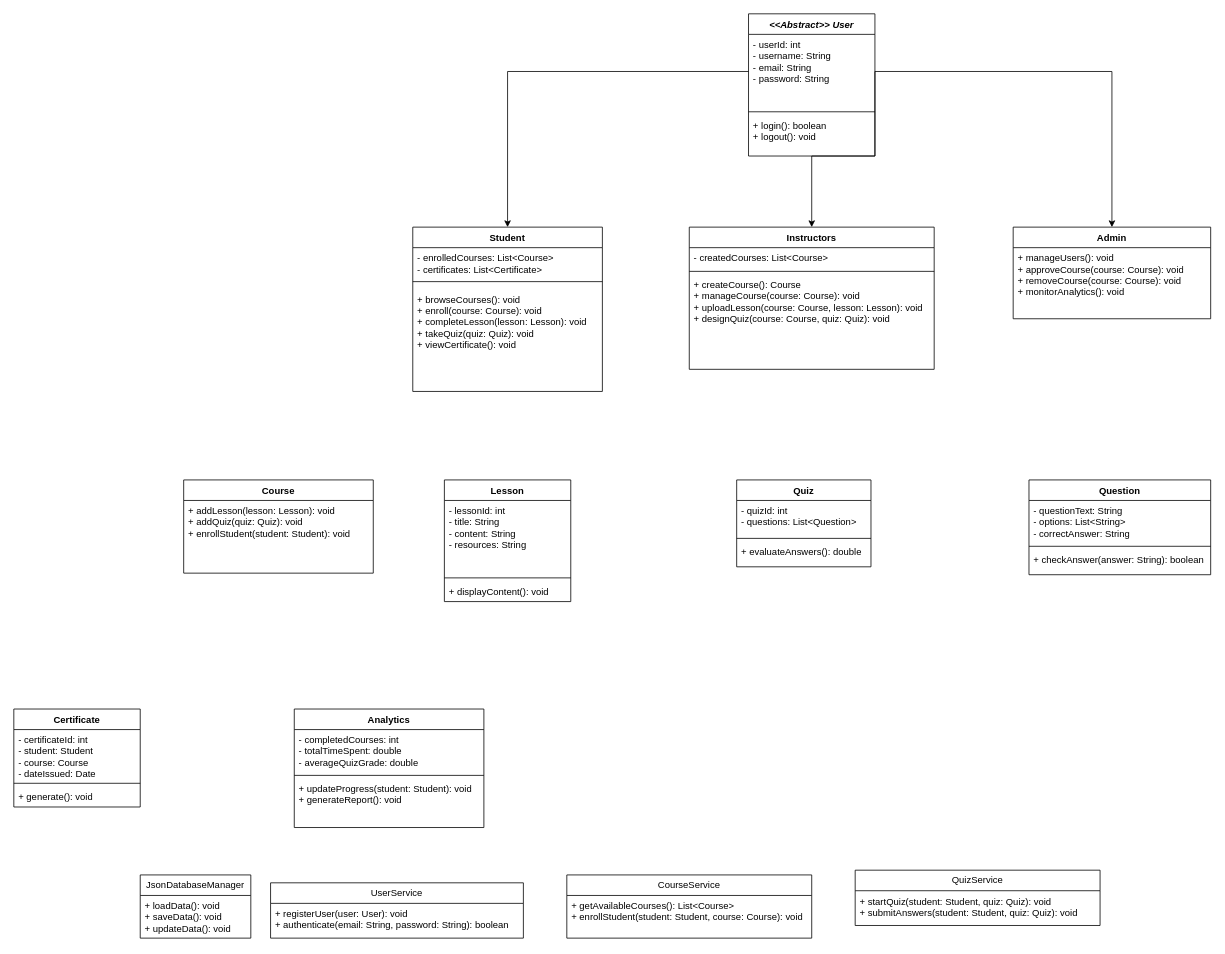
Earlier version of the draw.io diagram Class.drawio (HazemMagdyIsmail/Lab6). Source tidied: cells renumbered, new cells numbered last; positions are measured from the earlier drawing's top-left corner, leaving out a move shared by most shapes. Both pictures are drawn from the tidied source at 79%, with x=0, y=0 at pixel (13, 13).
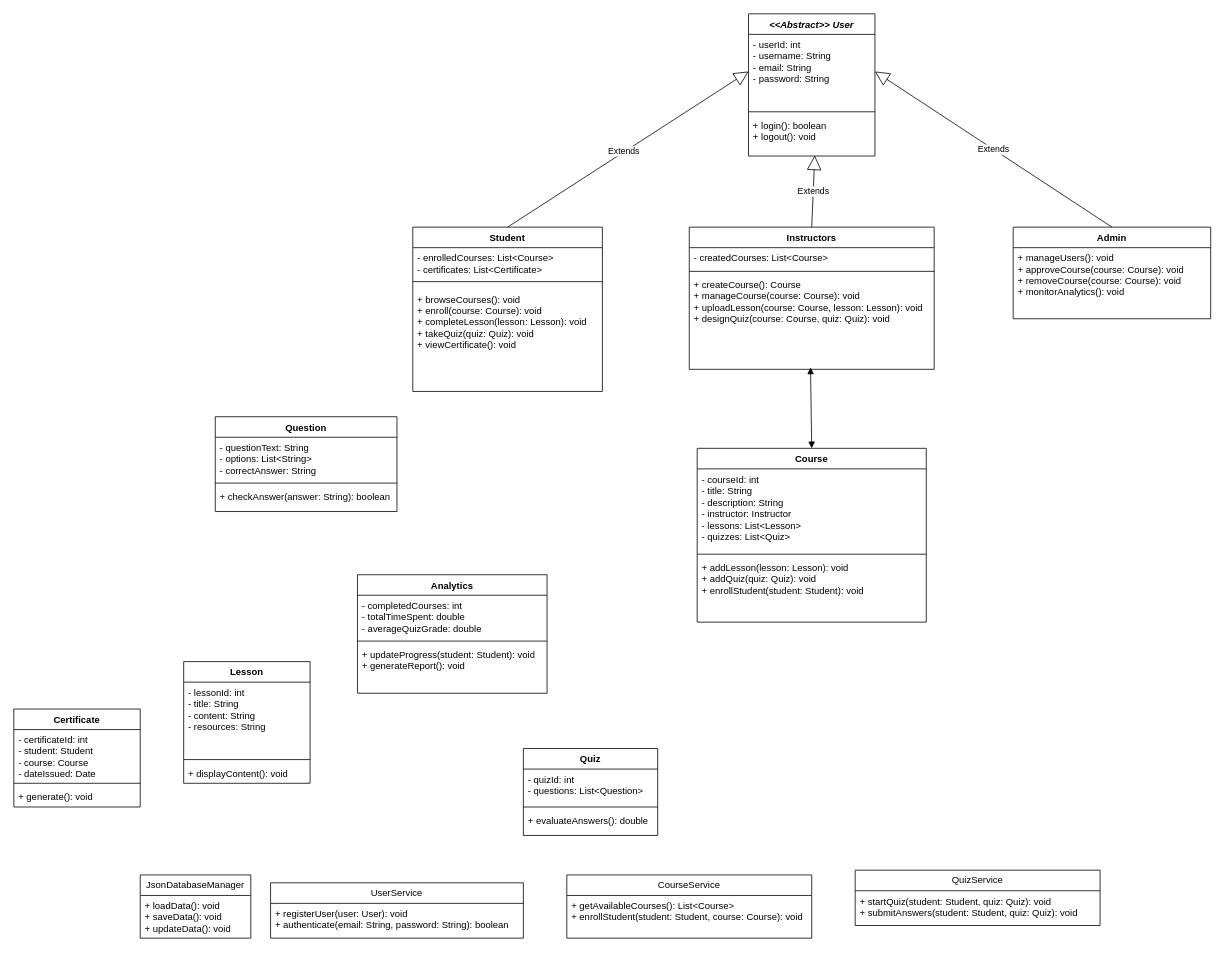
The same diagram, later.

Unchanged cells that the change refers to:
```xml
<mxCell id="3" value="&lt;div&gt;- userId: int&lt;/div&gt;&lt;div&gt;- username: String&lt;/div&gt;&lt;div&gt;- email: String&lt;/div&gt;&lt;div&gt;- password: String&lt;/div&gt;" style="text;strokeColor=none;fillColor=none;align=left;verticalAlign=top;spacingLeft=4;spacingRight=4;overflow=hidden;points=[[0,0.5],[1,0.5]];portConstraint=eastwest;whiteSpace=wrap;html=1;" parent="2" vertex="1">
  <mxGeometry y="26" width="160" height="94" as="geometry" />
</mxCell>
<mxCell id="5" value="&lt;div&gt;+ login(): boolean&lt;/div&gt;&lt;div&gt;+ logout(): void&lt;/div&gt;" style="text;strokeColor=none;fillColor=none;align=left;verticalAlign=top;spacingLeft=4;spacingRight=4;overflow=hidden;points=[[0,0.5],[1,0.5]];portConstraint=eastwest;whiteSpace=wrap;html=1;" parent="2" vertex="1">
  <mxGeometry y="128" width="160" height="52" as="geometry" />
</mxCell>
<mxCell id="6" value="Student" style="swimlane;fontStyle=1;align=center;verticalAlign=top;horizontal=1;startSize=26;whiteSpace=wrap;html=1;" parent="1" vertex="1">
  <mxGeometry x="505" y="270" width="240" height="208" as="geometry" />
</mxCell>
<mxCell id="10" value="Instructors" style="swimlane;fontStyle=1;align=center;verticalAlign=top;horizontal=1;startSize=26;whiteSpace=wrap;html=1;" parent="1" vertex="1">
  <mxGeometry x="855" y="270" width="310" height="180" as="geometry" />
</mxCell>
<mxCell id="13" value="&lt;div&gt;+ createCourse(): Course&lt;/div&gt;&lt;div&gt;+ manageCourse(course: Course): void&lt;/div&gt;&lt;div&gt;+ uploadLesson(course: Course, lesson: Lesson): void&lt;/div&gt;&lt;div&gt;+ designQuiz(course: Course, quiz: Quiz): void&lt;/div&gt;" style="text;strokeColor=none;fillColor=none;align=left;verticalAlign=top;spacingLeft=4;spacingRight=4;overflow=hidden;points=[[0,0.5],[1,0.5]];portConstraint=eastwest;whiteSpace=wrap;html=1;" parent="10" vertex="1">
  <mxGeometry y="60" width="310" height="120" as="geometry" />
</mxCell>
<mxCell id="14" value="Admin" style="swimlane;fontStyle=1;align=center;verticalAlign=top;horizontal=1;startSize=26;whiteSpace=wrap;html=1;" parent="1" vertex="1">
  <mxGeometry x="1265" y="270" width="250" height="116" as="geometry" />
</mxCell>
```

What changed in the source:
```diff
@@
-    <mxCell id="16" style="edgeStyle=orthogonalEdgeStyle;rounded=0;jettySize=auto;html=1;exitX=1;exitY=0.5;exitDx=0;exitDy=0;entryX=0.5;entryY=0;entryDx=0;entryDy=0;" parent="1" edge="1" source="3" target="14">
-      <mxGeometry relative="1" as="geometry" />
-    </mxCell>
-    <mxCell id="17" style="edgeStyle=orthogonalEdgeStyle;rounded=0;jettySize=auto;html=1;exitX=0;exitY=0.5;exitDx=0;exitDy=0;entryX=0.5;entryY=0;entryDx=0;entryDy=0;" parent="1" edge="1" source="3" target="6">
-      <mxGeometry relative="1" as="geometry" />
-    </mxCell>
-    <mxCell id="18" value="Course" style="swimlane;fontStyle=1;align=center;verticalAlign=top;horizontal=1;startSize=26;whiteSpace=wrap;html=1;" parent="1" vertex="1">
-      <mxGeometry x="215" y="590" width="240" height="118" as="geometry" />
-    </mxCell>
-    <mxCell id="19" value="&lt;div&gt;+ addLesson(lesson: Lesson): void&lt;/div&gt;&lt;div&gt;+ addQuiz(quiz: Quiz): void&lt;/div&gt;&lt;div&gt;+ enrollStudent(student: Student): void&lt;/div&gt;" style="text;strokeColor=none;fillColor=none;align=left;verticalAlign=top;spacingLeft=4;spacingRight=4;overflow=hidden;whiteSpace=wrap;html=1;" parent="18" vertex="1">
-      <mxGeometry y="26" width="240" height="92" as="geometry" />
-    </mxCell>
     <mxCell id="20" value="Lesson" style="swimlane;fontStyle=1;align=center;verticalAlign=top;horizontal=1;startSize=26;whiteSpace=wrap;html=1;" parent="1" vertex="1">
-      <mxGeometry x="545" y="590" width="160" height="154" as="geometry" />
+      <mxGeometry x="215" y="820" width="160" height="154" as="geometry" />
     </mxCell>
@@
     <mxCell id="24" value="Quiz" style="swimlane;fontStyle=1;align=center;verticalAlign=top;horizontal=1;startSize=26;whiteSpace=wrap;html=1;" parent="1" vertex="1">
-      <mxGeometry x="915" y="590" width="170" height="110" as="geometry" />
+      <mxGeometry x="645" y="930" width="170" height="110" as="geometry" />
     </mxCell>
@@
     <mxCell id="28" value="Question" style="swimlane;fontStyle=1;align=center;verticalAlign=top;horizontal=1;startSize=26;whiteSpace=wrap;html=1;" parent="1" vertex="1">
-      <mxGeometry x="1285" y="590" width="230" height="120" as="geometry" />
+      <mxGeometry x="255" y="510" width="230" height="120" as="geometry" />
     </mxCell>
@@
     <mxCell id="36" value="Analytics" style="swimlane;fontStyle=1;align=center;verticalAlign=top;horizontal=1;startSize=26;whiteSpace=wrap;html=1;" parent="1" vertex="1">
-      <mxGeometry x="355" y="880" width="240" height="150" as="geometry" />
+      <mxGeometry x="435" y="710" width="240" height="150" as="geometry" />
     </mxCell>
@@
-    <mxCell id="48" style="edgeStyle=orthogonalEdgeStyle;rounded=0;jettySize=auto;html=1;exitX=1;exitY=0.5;exitDx=0;exitDy=0;entryX=0.5;entryY=0;entryDx=0;entryDy=0;" parent="1" edge="1" source="3" target="10">
-      <mxGeometry relative="1" as="geometry">
-        <Array as="points">
-          <mxPoint x="1090" y="180" />
-          <mxPoint x="1010" y="180" />
-        </Array>
-      </mxGeometry>
-    </mxCell>
+    <mxCell id="49" value="Extends" style="endArrow=block;endSize=16;endFill=0;html=1;rounded=0;exitX=0.5;exitY=0;exitDx=0;exitDy=0;entryX=0;entryY=0.5;entryDx=0;entryDy=0;" parent="1" edge="1" source="6" target="3">
+      <mxGeometry x="-0.03" y="1" relative="1" as="geometry" />
+    </mxCell>
+    <mxCell id="50" value="Extends" style="endArrow=block;endSize=16;endFill=0;html=1;rounded=0;exitX=0.5;exitY=0;exitDx=0;exitDy=0;entryX=0.524;entryY=0.985;entryDx=0;entryDy=0;entryPerimeter=0;" parent="1" edge="1" source="10" target="5">
+      <mxGeometry relative="1" as="geometry" />
+    </mxCell>
+    <mxCell id="51" value="Extends" style="endArrow=block;endSize=16;endFill=0;html=1;rounded=0;exitX=0.5;exitY=0;exitDx=0;exitDy=0;entryX=1;entryY=0.5;entryDx=0;entryDy=0;" parent="1" edge="1" source="14" target="3">
+      <mxGeometry relative="1" as="geometry" />
+    </mxCell>
+    <mxCell id="18" value="Course" style="swimlane;fontStyle=1;align=center;verticalAlign=top;horizontal=1;startSize=26;whiteSpace=wrap;html=1;" parent="1" vertex="1">
+      <mxGeometry x="865" y="550" width="290" height="220" as="geometry" />
+    </mxCell>
+    <mxCell id="52" value="&lt;div&gt;- courseId: int&lt;/div&gt;&lt;div&gt;- title: String&lt;/div&gt;&lt;div&gt;- description: String&lt;/div&gt;&lt;div&gt;- instructor: Instructor&lt;/div&gt;&lt;div&gt;- lessons: List&amp;lt;Lesson&amp;gt;&lt;/div&gt;&lt;div&gt;- quizzes: List&amp;lt;Quiz&amp;gt;&lt;/div&gt;" style="text;strokeColor=none;fillColor=none;align=left;verticalAlign=top;spacingLeft=4;spacingRight=4;overflow=hidden;whiteSpace=wrap;html=1;" parent="18" vertex="1">
+      <mxGeometry y="26" width="290" height="104" as="geometry" />
+    </mxCell>
+    <mxCell id="53" style="line;strokeWidth=1;fillColor=none;align=left;verticalAlign=middle;spacingTop=-1;spacingLeft=3;spacingRight=3;labelPosition=right;strokeColor=inherit;" parent="18" vertex="1">
+      <mxGeometry y="130" width="290" height="8" as="geometry" />
+    </mxCell>
+    <mxCell id="19" value="&lt;div&gt;+ addLesson(lesson: Lesson): void&lt;/div&gt;&lt;div&gt;+ addQuiz(quiz: Quiz): void&lt;/div&gt;&lt;div&gt;+ enrollStudent(student: Student): void&lt;/div&gt;" style="text;strokeColor=none;fillColor=none;align=left;verticalAlign=top;spacingLeft=4;spacingRight=4;overflow=hidden;whiteSpace=wrap;html=1;" parent="18" vertex="1">
+      <mxGeometry y="138" width="290" height="82" as="geometry" />
+    </mxCell>
+    <mxCell id="54" style="endArrow=block;startArrow=block;endFill=1;startFill=1;html=1;rounded=0;exitX=0.5;exitY=0;exitDx=0;exitDy=0;entryX=0.495;entryY=0.98;entryDx=0;entryDy=0;entryPerimeter=0;" parent="1" edge="1" source="18" target="13">
+      <mxGeometry relative="1" as="geometry" />
+    </mxCell>
```
